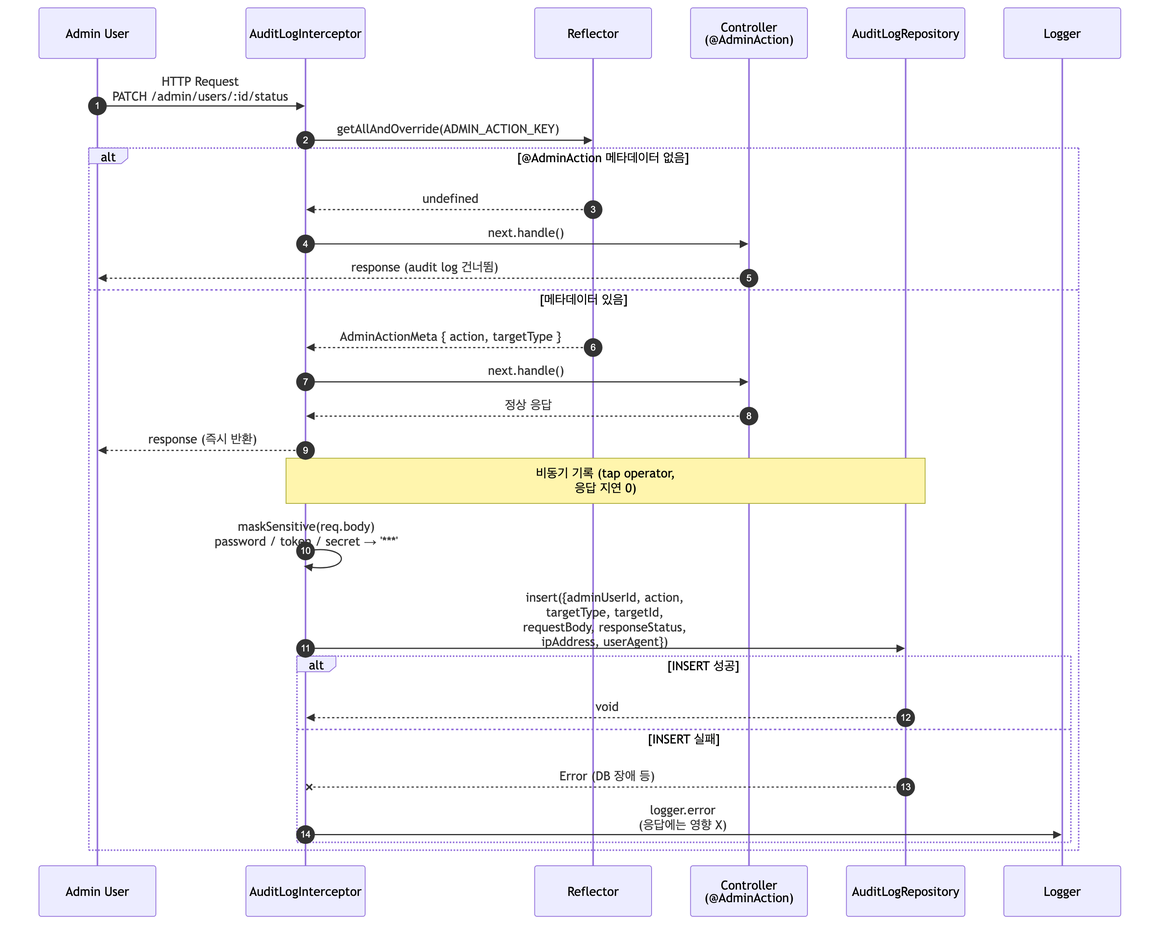
Wara-by-Gara/Wara keeps this Mermaid diagram as docs/architecture/audit-log-interceptor.png. Above is the earlier version. Its source is kept beside it as docs/architecture/audit-log-interceptor.mmd. Source of this version:
```mermaid
sequenceDiagram
    autonumber
    participant Client as Admin User
    participant Interceptor as AuditLogInterceptor
    participant Reflector
    participant Handler as Controller<br/>(@AdminAction)
    participant Repo as AuditLogRepository
    participant Logger

    Client->>Interceptor: HTTP Request<br/>PATCH /admin/users/:id/status
    Interceptor->>Reflector: getAllAndOverride(ADMIN_ACTION_KEY)

    alt @AdminAction 메타데이터 없음
        Reflector-->>Interceptor: undefined
        Interceptor->>Handler: next.handle()
        Handler-->>Client: response (audit log 건너뜀)
    else 메타데이터 있음
        Reflector-->>Interceptor: AdminActionMeta { action, targetType }
        Interceptor->>Handler: next.handle()
        Handler-->>Interceptor: 정상 응답
        Interceptor-->>Client: response (즉시 반환)

        Note over Interceptor,Repo: 비동기 기록 (tap operator,<br/>응답 지연 0)

        Interceptor->>Interceptor: maskSensitive(req.body)<br/>password / token / secret → '***'
        Interceptor->>Repo: insert({adminUserId, action,<br/>targetType, targetId,<br/>requestBody, responseStatus,<br/>ipAddress, userAgent})

        alt INSERT 성공
            Repo-->>Interceptor: void
        else INSERT 실패
            Repo--xInterceptor: Error (DB 장애 등)
            Interceptor->>Logger: logger.error<br/>(응답에는 영향 X)
        end
    end
```
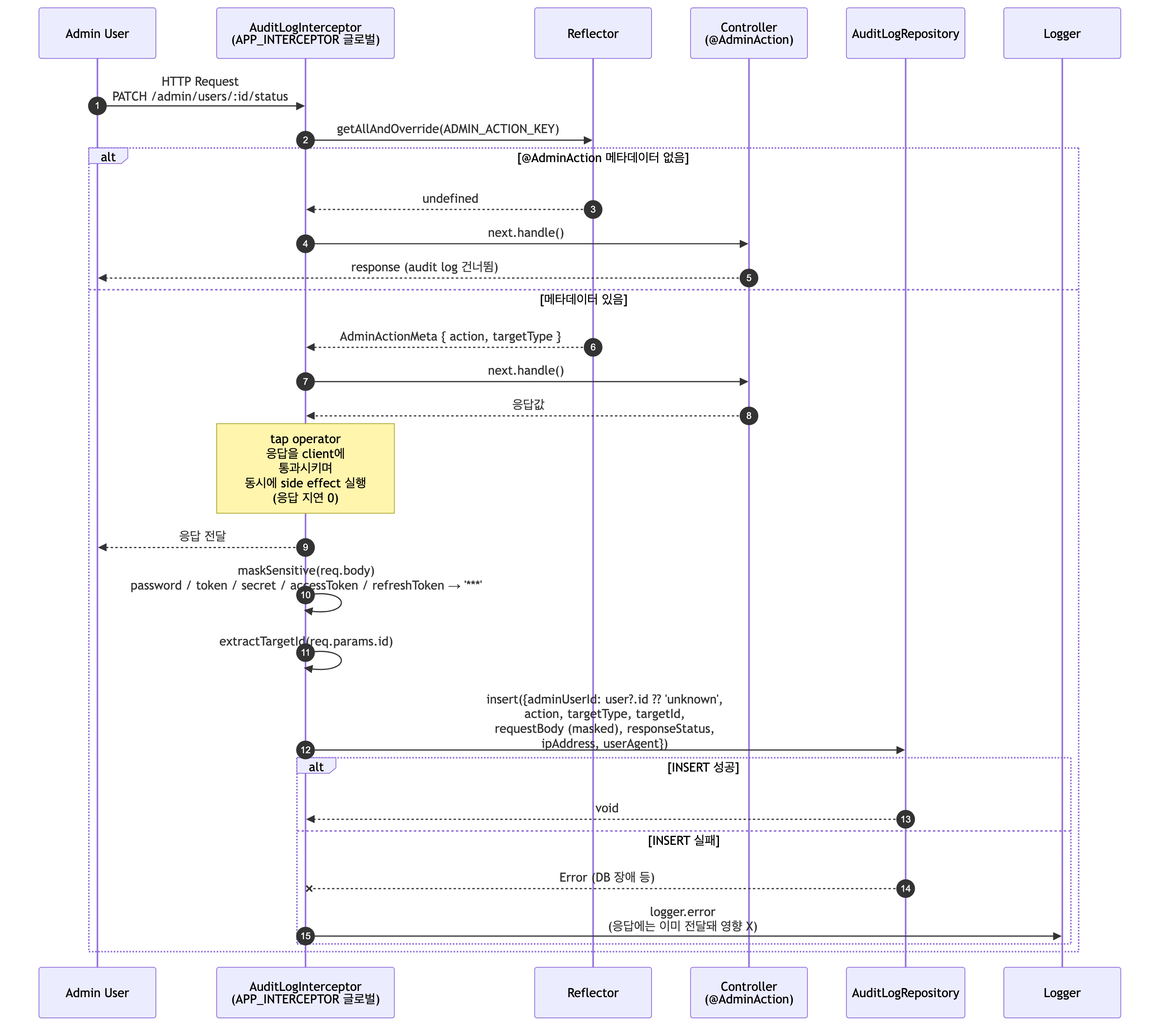
The same file after the commit.

Commit message:
docs(architecture): audit-log-interceptor 다이어그램 명확화

내부 정밀 검토 후 보완.

- tap operator 동작을 "즉시 반환" → "응답을 client에 통과시키며 동시에
  side effect 실행 (응답 지연 0)"로 정확화
- AuditLogInterceptor가 APP_INTERCEPTOR 글로벌 등록임을 명시
- 마스킹 대상 필드 5종(password/token/secret/accessToken/refreshToken)
  명시
- adminUserId의 fallback 'unknown' 표시
- extractTargetId가 req.params.id에서 추출하는 점 명시

Change to the diagram source:
```diff
@@ -1,7 +1,7 @@
 sequenceDiagram
     autonumber
     participant Client as Admin User
-    participant Interceptor as AuditLogInterceptor
+    participant Interceptor as AuditLogInterceptor<br/>(APP_INTERCEPTOR 글로벌)
     participant Reflector
     participant Handler as Controller<br/>(@AdminAction)
     participant Repo as AuditLogRepository
@@ -17,18 +17,20 @@
     else 메타데이터 있음
         Reflector-->>Interceptor: AdminActionMeta { action, targetType }
         Interceptor->>Handler: next.handle()
-        Handler-->>Interceptor: 정상 응답
-        Interceptor-->>Client: response (즉시 반환)
+        Handler-->>Interceptor: 응답값
 
-        Note over Interceptor,Repo: 비동기 기록 (tap operator,<br/>응답 지연 0)
+        Note over Interceptor: tap operator<br/>응답을 client에<br/>통과시키며<br/>동시에 side effect 실행<br/>(응답 지연 0)
 
-        Interceptor->>Interceptor: maskSensitive(req.body)<br/>password / token / secret → '***'
-        Interceptor->>Repo: insert({adminUserId, action,<br/>targetType, targetId,<br/>requestBody, responseStatus,<br/>ipAddress, userAgent})
+        Interceptor-->>Client: 응답 전달
+
+        Interceptor->>Interceptor: maskSensitive(req.body)<br/>password / token / secret / accessToken / refreshToken → '***'
+        Interceptor->>Interceptor: extractTargetId(req.params.id)
+        Interceptor->>Repo: insert({adminUserId: user?.id ?? 'unknown',<br/>action, targetType, targetId,<br/>requestBody (masked), responseStatus,<br/>ipAddress, userAgent})
 
         alt INSERT 성공
             Repo-->>Interceptor: void
         else INSERT 실패
             Repo--xInterceptor: Error (DB 장애 등)
-            Interceptor->>Logger: logger.error<br/>(응답에는 영향 X)
+            Interceptor->>Logger: logger.error<br/>(응답에는 이미 전달돼 영향 X)
         end
     end
```
